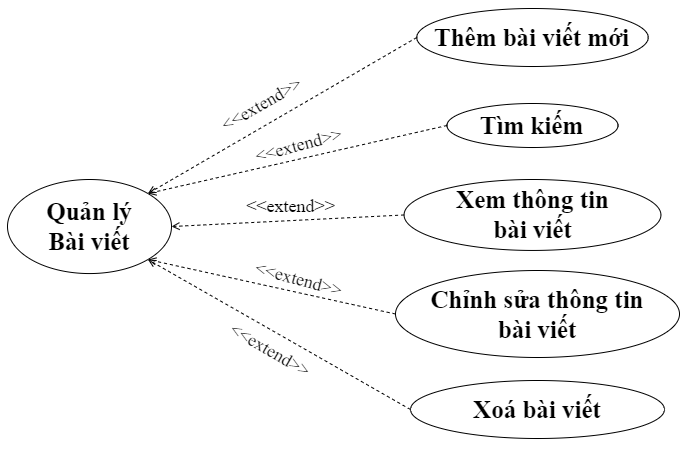
The draw.io diagram SODO/Usecase/baiviet.drawio.png in khuevotan/TaiCamRanh_DATN, before a commit. Source tidied: cells renumbered, new cells last; positions are measured from the earlier drawing's top-left corner, leaving out a move shared by most shapes. Source of this version:
```xml
<mxGraphModel>
  <root>
    <mxCell id="0" />
    <mxCell id="1" parent="0" />
    <mxCell id="2" value="&lt;b style=&quot;font-size: 25px;&quot;&gt;Thêm bài viết mới&lt;br&gt;&lt;/b&gt;" style="ellipse;whiteSpace=wrap;html=1;fontSize=25;fontFamily=Times New Roman;" parent="1" vertex="1">
      <mxGeometry x="409.3" width="231.4" height="58" as="geometry" />
    </mxCell>
    <mxCell id="3" value="Xoá bài viết" style="ellipse;whiteSpace=wrap;html=1;fontSize=25;fontFamily=Times New Roman;fontStyle=1;" parent="1" vertex="1">
      <mxGeometry x="403" y="372" width="254" height="58" as="geometry" />
    </mxCell>
    <mxCell id="4" value="Chỉnh sửa thông tin &lt;br style=&quot;font-size: 25px;&quot;&gt;bài viết" style="ellipse;whiteSpace=wrap;html=1;fontSize=25;fontFamily=Times New Roman;fontStyle=1;" parent="1" vertex="1">
      <mxGeometry x="388" y="262" width="284" height="87" as="geometry" />
    </mxCell>
    <mxCell id="5" style="edgeStyle=none;html=1;endArrow=open;verticalAlign=bottom;dashed=1;labelBackgroundColor=none;rounded=0;exitX=0;exitY=0.5;exitDx=0;exitDy=0;fontSize=25;entryX=1;entryY=0;entryDx=0;entryDy=0;" parent="1" edge="1" source="2" target="6">
      <mxGeometry relative="1" as="geometry" />
    </mxCell>
    <mxCell id="6" value="Quản lý &lt;br&gt;Bài viết" style="ellipse;whiteSpace=wrap;html=1;fontSize=25;fontFamily=Times New Roman;fontStyle=1;" parent="1" vertex="1">
      <mxGeometry y="171" width="164" height="94.1" as="geometry" />
    </mxCell>
    <mxCell id="7" style="edgeStyle=none;html=1;endArrow=open;verticalAlign=bottom;dashed=1;labelBackgroundColor=none;rounded=0;exitX=0;exitY=0.5;exitDx=0;exitDy=0;fontSize=25;entryX=1;entryY=1;entryDx=0;entryDy=0;" parent="1" edge="1" source="3" target="6">
      <mxGeometry relative="1" as="geometry" />
    </mxCell>
    <mxCell id="8" style="edgeStyle=none;html=1;endArrow=open;verticalAlign=bottom;dashed=1;labelBackgroundColor=none;rounded=0;exitX=0;exitY=0.5;exitDx=0;exitDy=0;fontSize=25;entryX=1;entryY=1;entryDx=0;entryDy=0;" parent="1" edge="1" source="4" target="6">
      <mxGeometry relative="1" as="geometry" />
    </mxCell>
    <mxCell id="9" value="&lt;font style=&quot;font-size: 18px;&quot;&gt;&amp;lt;&amp;lt;extend&amp;gt;&amp;gt;&lt;/font&gt;" style="text;html=1;strokeColor=none;fillColor=none;align=center;verticalAlign=middle;whiteSpace=wrap;rounded=0;fontFamily=Times New Roman;fontSize=18;rotation=30;fontStyle=0;" parent="1" vertex="1">
      <mxGeometry x="233" y="327" width="60" height="30" as="geometry" />
    </mxCell>
    <mxCell id="10" value="&lt;font style=&quot;font-size: 18px;&quot;&gt;&amp;lt;&amp;lt;extend&amp;gt;&amp;gt;&lt;/font&gt;" style="text;html=1;strokeColor=none;fillColor=none;align=center;verticalAlign=middle;whiteSpace=wrap;rounded=0;fontFamily=Times New Roman;fontSize=18;rotation=-30;fontStyle=0;" parent="1" vertex="1">
      <mxGeometry x="214" y="79" width="81" height="34.1" as="geometry" />
    </mxCell>
    <mxCell id="11" value="&lt;font style=&quot;font-size: 18px;&quot;&gt;&amp;lt;&amp;lt;extend&amp;gt;&amp;gt;&lt;/font&gt;" style="text;html=1;strokeColor=none;fillColor=none;align=center;verticalAlign=middle;whiteSpace=wrap;rounded=0;fontFamily=Times New Roman;fontSize=18;rotation=-15;fontStyle=0;" parent="1" vertex="1">
      <mxGeometry x="251" y="120" width="81" height="34.1" as="geometry" />
    </mxCell>
    <mxCell id="12" value="&lt;b style=&quot;font-size: 25px;&quot;&gt;Xem thông tin &lt;br style=&quot;font-size: 25px;&quot;&gt;bài viết&lt;br&gt;&lt;/b&gt;" style="ellipse;whiteSpace=wrap;html=1;fontSize=25;fontFamily=Times New Roman;" parent="1" vertex="1">
      <mxGeometry x="396.6" y="171" width="256.9" height="70.9" as="geometry" />
    </mxCell>
    <mxCell id="13" style="edgeStyle=none;html=1;endArrow=open;verticalAlign=bottom;dashed=1;labelBackgroundColor=none;rounded=0;exitX=0;exitY=0.5;exitDx=0;exitDy=0;fontSize=25;entryX=1;entryY=0.5;entryDx=0;entryDy=0;" parent="1" edge="1" source="12" target="6">
      <mxGeometry relative="1" as="geometry" />
    </mxCell>
    <mxCell id="14" value="&lt;font style=&quot;font-size: 18px;&quot;&gt;&amp;lt;&amp;lt;extend&amp;gt;&amp;gt;&lt;/font&gt;" style="text;html=1;strokeColor=none;fillColor=none;align=center;verticalAlign=middle;whiteSpace=wrap;rounded=0;fontFamily=Times New Roman;fontSize=18;rotation=15;fontStyle=0;" parent="1" vertex="1">
      <mxGeometry x="251" y="254" width="81" height="34.1" as="geometry" />
    </mxCell>
    <mxCell id="15" value="&lt;b style=&quot;font-size: 25px;&quot;&gt;Tìm kiếm&lt;/b&gt;" style="ellipse;whiteSpace=wrap;html=1;fontSize=25;fontFamily=Times New Roman;" parent="1" vertex="1">
      <mxGeometry x="439.4" y="95" width="171.1" height="44" as="geometry" />
    </mxCell>
    <mxCell id="16" style="edgeStyle=none;html=1;endArrow=open;verticalAlign=bottom;dashed=1;labelBackgroundColor=none;rounded=0;exitX=0;exitY=0.5;exitDx=0;exitDy=0;fontSize=25;entryX=1;entryY=0;entryDx=0;entryDy=0;" parent="1" edge="1" source="15" target="6">
      <mxGeometry relative="1" as="geometry" />
    </mxCell>
    <mxCell id="17" value="&lt;font style=&quot;font-size: 18px;&quot;&gt;&amp;lt;&amp;lt;extend&amp;gt;&amp;gt;&lt;/font&gt;" style="text;html=1;strokeColor=none;fillColor=none;align=center;verticalAlign=middle;whiteSpace=wrap;rounded=0;fontFamily=Times New Roman;fontSize=18;rotation=0;fontStyle=0;" parent="1" vertex="1">
      <mxGeometry x="243" y="181" width="81" height="34.1" as="geometry" />
    </mxCell>
  </root>
</mxGraphModel>
```
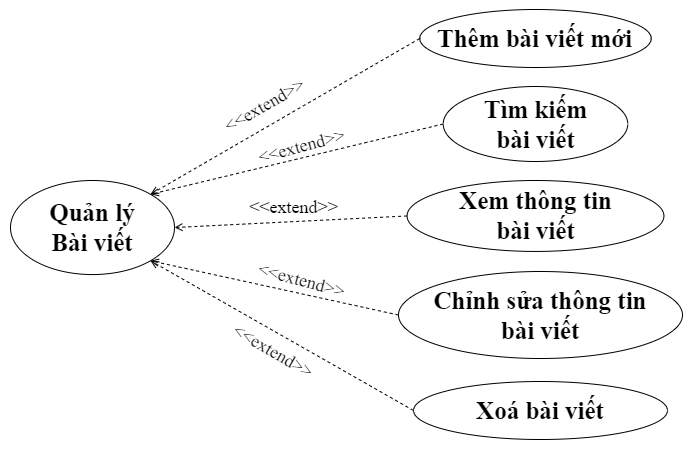
The same diagram one commit later.

Change to the diagram source:
```diff
@@ -41,8 +41,8 @@
     <mxCell id="14" value="&lt;font style=&quot;font-size: 18px;&quot;&gt;&amp;lt;&amp;lt;extend&amp;gt;&amp;gt;&lt;/font&gt;" style="text;html=1;strokeColor=none;fillColor=none;align=center;verticalAlign=middle;whiteSpace=wrap;rounded=0;fontFamily=Times New Roman;fontSize=18;rotation=15;fontStyle=0;" parent="1" vertex="1">
       <mxGeometry x="251" y="254" width="81" height="34.1" as="geometry" />
     </mxCell>
-    <mxCell id="15" value="&lt;b style=&quot;font-size: 25px;&quot;&gt;Tìm kiếm&lt;/b&gt;" style="ellipse;whiteSpace=wrap;html=1;fontSize=25;fontFamily=Times New Roman;" parent="1" vertex="1">
-      <mxGeometry x="439.4" y="95" width="171.1" height="44" as="geometry" />
+    <mxCell id="15" value="&lt;b style=&quot;font-size: 25px;&quot;&gt;Tìm kiếm&lt;br&gt;bài viết&lt;br&gt;&lt;/b&gt;" style="ellipse;whiteSpace=wrap;html=1;fontSize=25;fontFamily=Times New Roman;" parent="1" vertex="1">
+      <mxGeometry x="432.7" y="77" width="184.6" height="75" as="geometry" />
     </mxCell>
     <mxCell id="16" style="edgeStyle=none;html=1;endArrow=open;verticalAlign=bottom;dashed=1;labelBackgroundColor=none;rounded=0;exitX=0;exitY=0.5;exitDx=0;exitDy=0;fontSize=25;entryX=1;entryY=0;entryDx=0;entryDy=0;" parent="1" edge="1" source="15" target="6">
       <mxGeometry relative="1" as="geometry" />
```
